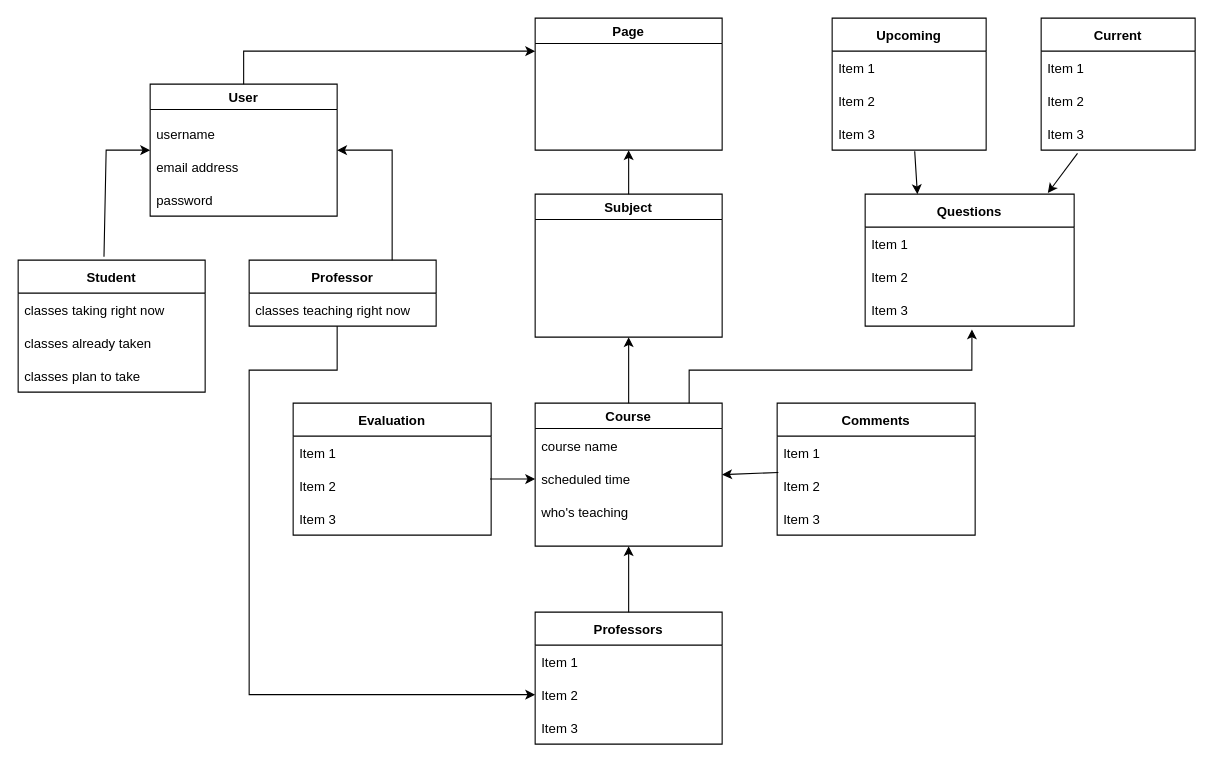
Earlier version of the draw.io diagram Domain Model.drawio (I-Dont-Want-An-F/Project). Source tidied: cells renumbered, new cells numbered last; positions are measured from the earlier drawing's top-left corner, leaving out a move shared by most shapes. Both pictures are drawn from the tidied source at 110%, with x=0, y=0 at pixel (18, 18).
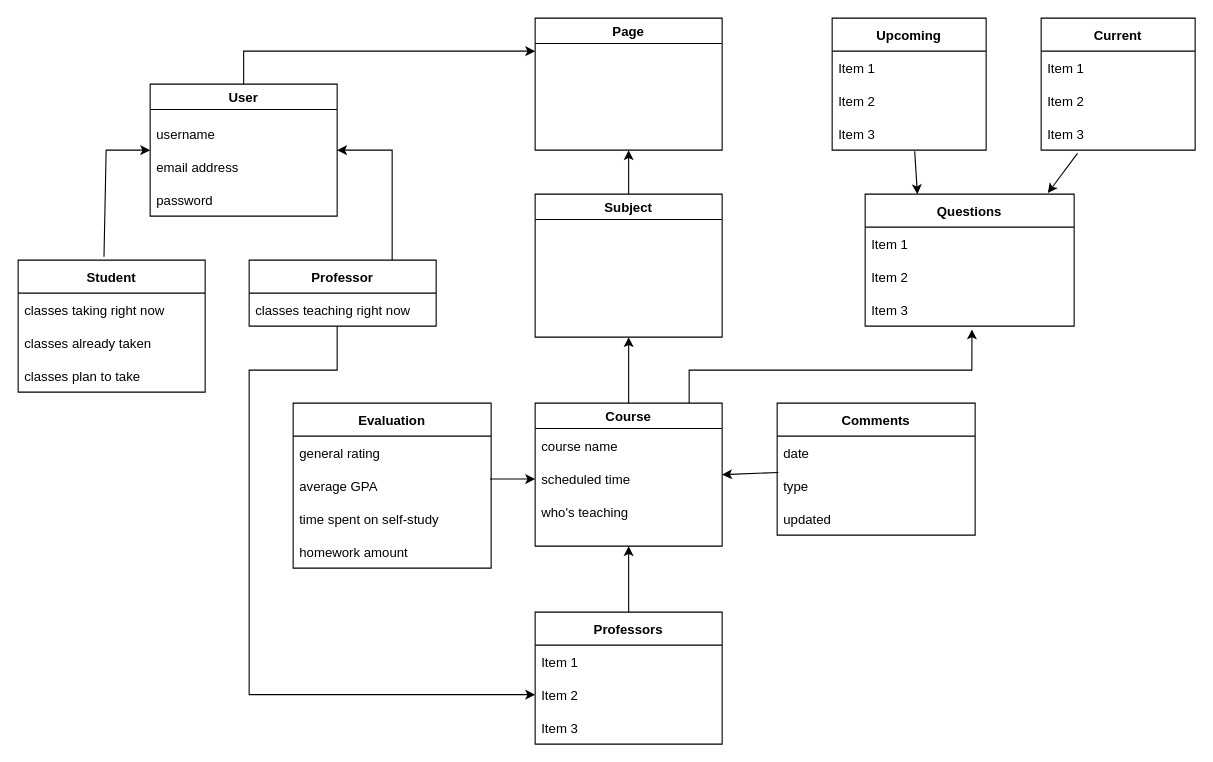
Above is the later version.

The change refers to these unchanged cells:
```xml
<mxCell id="13" value="Comments" style="swimlane;fontStyle=1;horizontal=1;startSize=30;" parent="1" vertex="1">
  <mxGeometry x="690" y="350" width="180" height="120" as="geometry" />
</mxCell>
```

What changed in the source:
```diff
@@
-    <mxCell id="14" value="Item 1" style="text;strokeColor=none;fillColor=none;align=left;verticalAlign=middle;spacingLeft=4;spacingRight=4;overflow=hidden;" parent="13" vertex="1">
+    <mxCell id="14" value="date " style="text;strokeColor=none;fillColor=none;align=left;verticalAlign=middle;spacingLeft=4;spacingRight=4;overflow=hidden;" parent="13" vertex="1">
       <mxGeometry y="30" width="180" height="30" as="geometry" />
     </mxCell>
-    <mxCell id="15" value="Item 2" style="text;strokeColor=none;fillColor=none;align=left;verticalAlign=middle;spacingLeft=4;spacingRight=4;overflow=hidden;points=[[0,0.5],[1,0.5]];portConstraint=eastwest;" parent="13" vertex="1">
+    <mxCell id="15" value="type" style="text;strokeColor=none;fillColor=none;align=left;verticalAlign=middle;spacingLeft=4;spacingRight=4;overflow=hidden;points=[[0,0.5],[1,0.5]];portConstraint=eastwest;" parent="13" vertex="1">
       <mxGeometry y="60" width="180" height="30" as="geometry" />
     </mxCell>
-    <mxCell id="16" value="Item 3" style="text;strokeColor=none;fillColor=none;align=left;verticalAlign=middle;spacingLeft=4;spacingRight=4;overflow=hidden;" parent="13" vertex="1">
+    <mxCell id="16" value="updated" style="text;strokeColor=none;fillColor=none;align=left;verticalAlign=middle;spacingLeft=4;spacingRight=4;overflow=hidden;" parent="13" vertex="1">
       <mxGeometry y="90" width="180" height="30" as="geometry" />
     </mxCell>
@@
     <mxCell id="38" value="Evaluation" style="swimlane;fontStyle=1;horizontal=1;startSize=30;" parent="1" vertex="1">
-      <mxGeometry x="250" y="350" width="180" height="120" as="geometry" />
+      <mxGeometry x="250" y="350" width="180" height="150" as="geometry" />
     </mxCell>
-    <mxCell id="39" value="Item 1" style="text;strokeColor=none;fillColor=none;align=left;verticalAlign=middle;spacingLeft=4;spacingRight=4;overflow=hidden;" parent="38" vertex="1">
+    <mxCell id="39" value="general rating " style="text;strokeColor=none;fillColor=none;align=left;verticalAlign=middle;spacingLeft=4;spacingRight=4;overflow=hidden;" parent="38" vertex="1">
       <mxGeometry y="30" width="180" height="30" as="geometry" />
     </mxCell>
-    <mxCell id="40" value="Item 2" style="text;strokeColor=none;fillColor=none;align=left;verticalAlign=middle;spacingLeft=4;spacingRight=4;overflow=hidden;points=[[0,0.5],[1,0.5]];portConstraint=eastwest;" parent="38" vertex="1">
+    <mxCell id="40" value="average GPA" style="text;strokeColor=none;fillColor=none;align=left;verticalAlign=middle;spacingLeft=4;spacingRight=4;overflow=hidden;points=[[0,0.5],[1,0.5]];portConstraint=eastwest;" parent="38" vertex="1">
       <mxGeometry y="60" width="180" height="30" as="geometry" />
     </mxCell>
-    <mxCell id="41" value="Item 3" style="text;strokeColor=none;fillColor=none;align=left;verticalAlign=middle;spacingLeft=4;spacingRight=4;overflow=hidden;" parent="38" vertex="1">
+    <mxCell id="41" value="time spent on self-study" style="text;strokeColor=none;fillColor=none;align=left;verticalAlign=middle;spacingLeft=4;spacingRight=4;overflow=hidden;" parent="38" vertex="1">
       <mxGeometry y="90" width="180" height="30" as="geometry" />
     </mxCell>
+    <mxCell id="54" value="homework amount" style="text;strokeColor=none;fillColor=none;align=left;verticalAlign=middle;spacingLeft=4;spacingRight=4;overflow=hidden;" parent="38" vertex="1">
+      <mxGeometry y="120" width="180" height="30" as="geometry" />
+    </mxCell>
```
